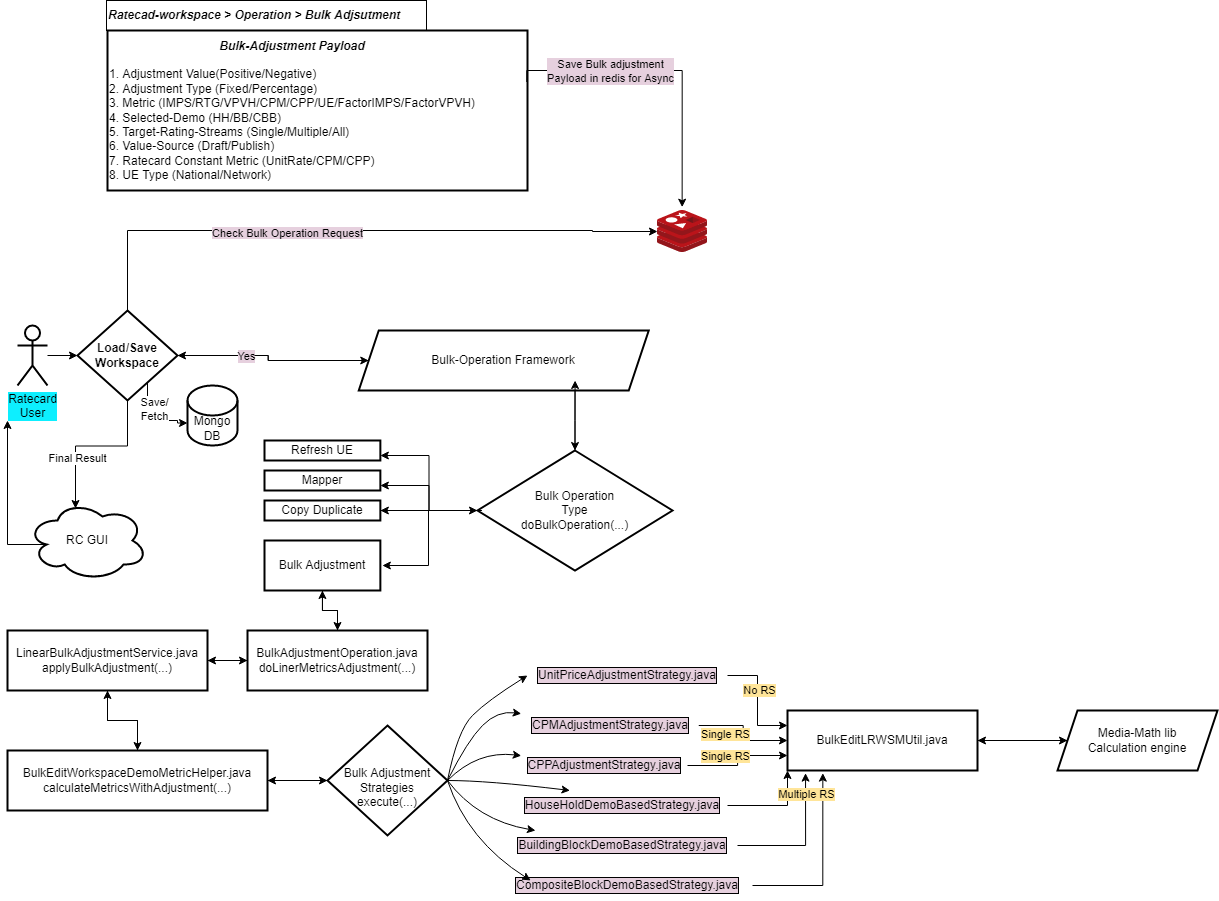
rishant/draw.io keeps this draw.io diagram as BulkAdjustment.drawio.png. Above is the earlier version. Source tidied: cells renumbered, new cells last; positions are measured from the earlier drawing's top-left corner, leaving out a move shared by most shapes.
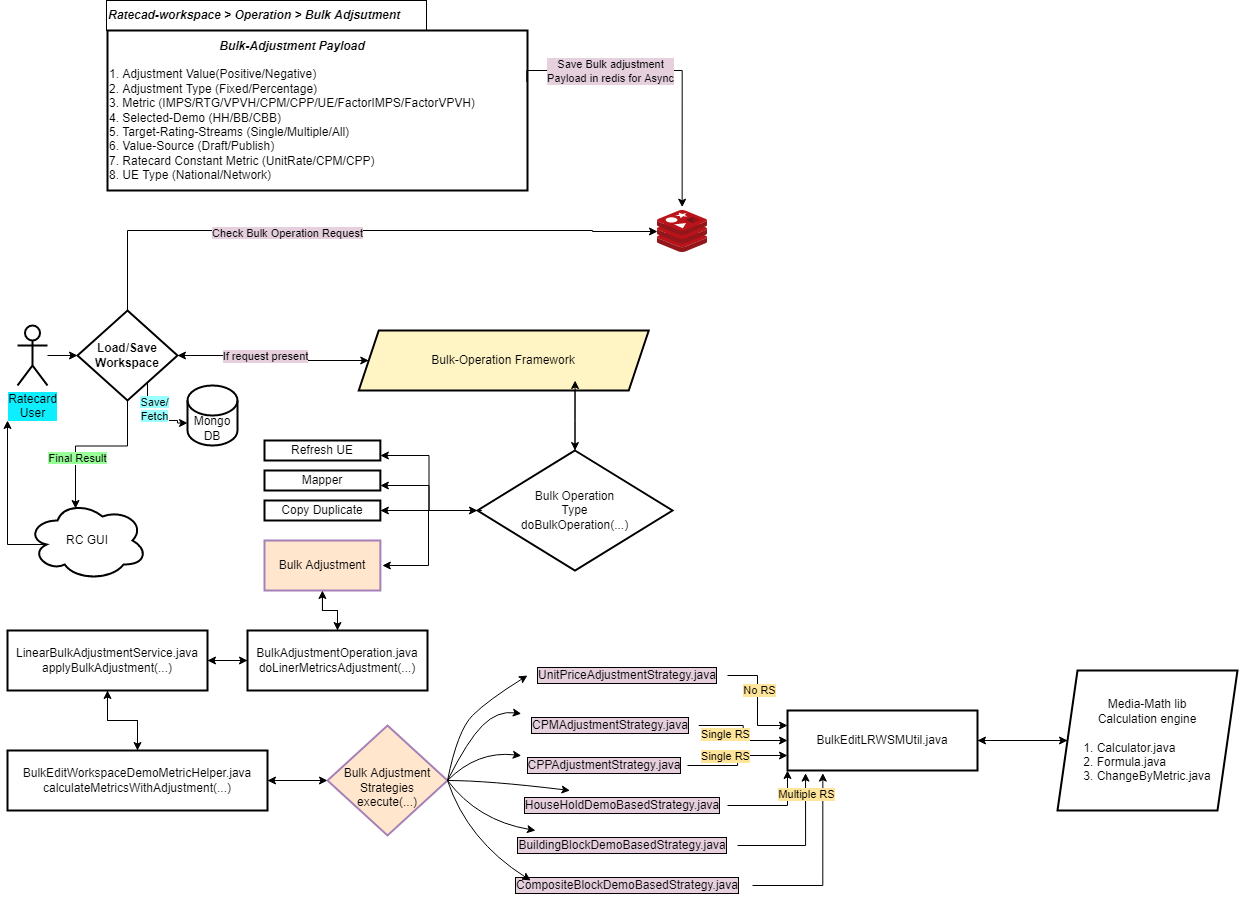
The same file after the commit.

The edit, as a diff of the source:
```diff
@@ -31,7 +31,7 @@
         </Array>
       </mxGeometry>
     </mxCell>
-    <mxCell id="8" value="Bulk-Operation Framework" style="shape=parallelogram;perimeter=parallelogramPerimeter;whiteSpace=wrap;html=1;fixedSize=1;rounded=0;strokeColor=default;strokeWidth=2;" parent="1" vertex="1">
+    <mxCell id="8" value="Bulk-Operation Framework" style="shape=parallelogram;perimeter=parallelogramPerimeter;whiteSpace=wrap;html=1;fixedSize=1;rounded=0;strokeColor=default;strokeWidth=2;labelBackgroundColor=#FFF4C3;fillColor=#FFF4C3;" parent="1" vertex="1">
       <mxGeometry x="351.2" y="330" width="290" height="60" as="geometry" />
     </mxCell>
     <mxCell id="9" style="edgeStyle=orthogonalEdgeStyle;rounded=0;jettySize=auto;html=1;exitX=0;exitY=0.5;exitDx=0;exitDy=0;entryX=1;entryY=0.75;entryDx=0;entryDy=0;labelBackgroundColor=#E6D0DE;" parent="1" edge="1" source="13" target="66">
@@ -74,9 +74,9 @@
     <mxCell id="17" style="edgeStyle=orthogonalEdgeStyle;rounded=0;jettySize=auto;html=1;entryX=0;entryY=0.5;entryDx=0;entryDy=0;labelBackgroundColor=#E6D0DE;" parent="1" edge="1" source="23" target="8">
       <mxGeometry relative="1" as="geometry" />
     </mxCell>
-    <mxCell id="18" value="Yes" style="edgeLabel;html=1;align=center;verticalAlign=middle;labelBackgroundColor=#E6D0DE;" parent="17" vertex="1">
+    <mxCell id="18" value="If request present" style="edgeLabel;html=1;align=center;verticalAlign=middle;labelBackgroundColor=#E6D0DE;" parent="17" vertex="1">
       <mxGeometry x="-0.34" y="-3" relative="1" as="geometry">
-        <mxPoint x="3" y="-3" as="offset" />
+        <mxPoint x="22" y="-3" as="offset" />
       </mxGeometry>
     </mxCell>
     <mxCell id="19" style="edgeStyle=orthogonalEdgeStyle;rounded=0;jettySize=auto;html=1;labelBackgroundColor=#E6D0DE;entryX=0.4;entryY=0.1;entryDx=0;entryDy=0;entryPerimeter=0;" parent="1" edge="1" target="27">
@@ -84,7 +84,7 @@
         <mxPoint x="120" y="391" as="sourcePoint" />
       </mxGeometry>
     </mxCell>
-    <mxCell id="20" value="Final Result" style="edgeLabel;html=1;align=center;verticalAlign=middle;" parent="19" vertex="1">
+    <mxCell id="20" value="&lt;span style=&quot;background-color: rgb(153 , 255 , 153)&quot;&gt;Final Result&lt;/span&gt;" style="edgeLabel;html=1;align=center;verticalAlign=middle;" parent="19" vertex="1">
       <mxGeometry x="0.4" y="1" relative="1" as="geometry" />
     </mxCell>
     <mxCell id="21" style="edgeStyle=orthogonalEdgeStyle;rounded=0;jettySize=auto;html=1;labelBackgroundColor=#E6D0DE;entryX=0;entryY=0;entryDx=0;entryDy=37.5;entryPerimeter=0;" parent="1" edge="1" target="59">
@@ -97,7 +97,7 @@
         </Array>
       </mxGeometry>
     </mxCell>
-    <mxCell id="22" value="Save/&lt;br&gt;Fetch" style="edgeLabel;html=1;align=center;verticalAlign=middle;" parent="21" vertex="1">
+    <mxCell id="22" value="&lt;span style=&quot;background-color: rgb(153 , 255 , 255)&quot;&gt;Save/&lt;br&gt;Fetch&lt;/span&gt;" style="edgeLabel;html=1;align=center;verticalAlign=middle;" parent="21" vertex="1">
       <mxGeometry x="-0.2" relative="1" as="geometry">
         <mxPoint x="6" y="-3" as="offset" />
       </mxGeometry>
@@ -152,7 +152,7 @@
     <mxCell id="38" style="edgeStyle=orthogonalEdgeStyle;rounded=0;jettySize=auto;html=1;entryX=1;entryY=0.5;entryDx=0;entryDy=0;labelBackgroundColor=#E6D0DE;" parent="1" edge="1" source="39" target="37">
       <mxGeometry relative="1" as="geometry" />
     </mxCell>
-    <mxCell id="39" value="&lt;br&gt;Bulk Adjustment&lt;br&gt;Strategies&lt;br&gt;execute(...)" style="rhombus;whiteSpace=wrap;html=1;rounded=0;labelBackgroundColor=none;strokeColor=default;strokeWidth=2;" parent="1" vertex="1">
+    <mxCell id="39" value="&lt;br&gt;Bulk Adjustment&lt;br&gt;Strategies&lt;br&gt;execute(...)" style="rhombus;whiteSpace=wrap;html=1;rounded=0;labelBackgroundColor=none;strokeColor=#A680B8;strokeWidth=2;fillColor=#ffe6cc;" parent="1" vertex="1">
       <mxGeometry x="320" y="725" width="120" height="110" as="geometry" />
     </mxCell>
     <mxCell id="40" style="edgeStyle=orthogonalEdgeStyle;rounded=0;jettySize=auto;html=1;entryX=0;entryY=0.25;entryDx=0;entryDy=0;labelBackgroundColor=#E6D0DE;" parent="1" edge="1" source="42" target="61">
@@ -251,8 +251,8 @@
     <mxCell id="62" style="edgeStyle=orthogonalEdgeStyle;rounded=0;jettySize=auto;html=1;entryX=1;entryY=0.5;entryDx=0;entryDy=0;labelBackgroundColor=#E6D0DE;" parent="1" edge="1" source="63" target="61">
       <mxGeometry relative="1" as="geometry" />
     </mxCell>
-    <mxCell id="63" value="Media-Math lib&lt;br&gt;Calculation engine" style="shape=parallelogram;perimeter=parallelogramPerimeter;whiteSpace=wrap;html=1;fixedSize=1;rounded=0;labelBackgroundColor=none;labelBorderColor=none;strokeColor=default;strokeWidth=2;" parent="1" vertex="1">
-      <mxGeometry x="1050" y="710" width="160" height="60" as="geometry" />
+    <mxCell id="63" value="Media-Math lib&lt;br&gt;Calculation engine&lt;br&gt;&lt;br&gt;&lt;div style=&quot;text-align: left&quot;&gt;1. Calculator.java&lt;/div&gt;&lt;div style=&quot;text-align: left&quot;&gt;2. Formula.java&lt;/div&gt;&lt;div style=&quot;text-align: left&quot;&gt;3. ChangeByMetric.java&lt;/div&gt;" style="shape=parallelogram;perimeter=parallelogramPerimeter;whiteSpace=wrap;html=1;fixedSize=1;rounded=0;labelBackgroundColor=none;labelBorderColor=none;strokeColor=default;strokeWidth=2;" parent="1" vertex="1">
+      <mxGeometry x="1050" y="670" width="180" height="140" as="geometry" />
     </mxCell>
     <mxCell id="64" style="group;" parent="1" vertex="1">
       <mxGeometry x="257" y="440" width="168" height="150" as="geometry" />
@@ -276,7 +276,7 @@
     <mxCell id="68" value="Copy Duplicate" style="rounded=0;whiteSpace=wrap;html=1;labelBackgroundColor=none;strokeColor=default;strokeWidth=2;" parent="64" vertex="1">
       <mxGeometry y="60" width="115.9" height="20" as="geometry" />
     </mxCell>
-    <mxCell id="69" value="Bulk Adjustment" style="rounded=0;whiteSpace=wrap;html=1;labelBackgroundColor=none;strokeColor=default;strokeWidth=2;" parent="64" vertex="1">
+    <mxCell id="69" value="Bulk Adjustment" style="rounded=0;whiteSpace=wrap;html=1;labelBackgroundColor=none;strokeColor=#A680B8;strokeWidth=2;fillColor=#ffe6cc;" parent="64" vertex="1">
       <mxGeometry y="100" width="115.9" height="50" as="geometry" />
     </mxCell>
     <mxCell id="70" value="Single RS" style="edgeLabel;html=1;align=center;verticalAlign=middle;labelBackgroundColor=#FFE599;" parent="1" vertex="1">
```
